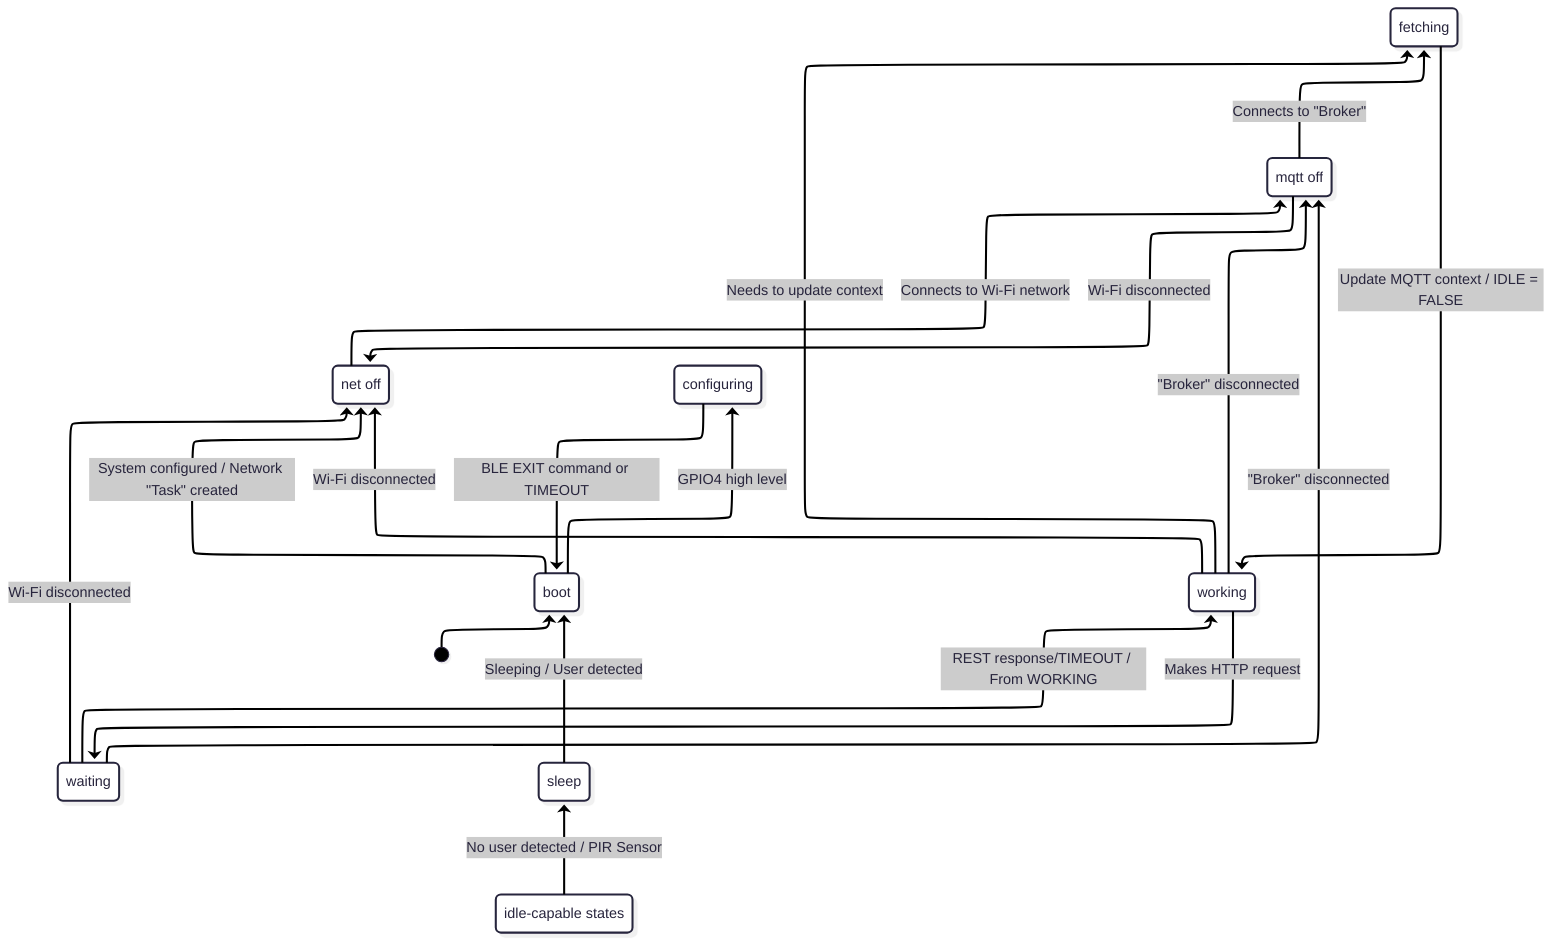
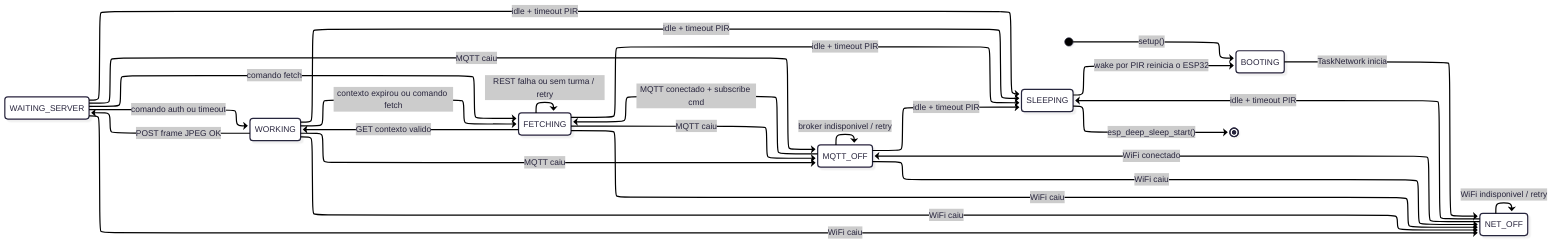
---
config:
  layout: elk
  theme: redux
  look: neo
---
- stateDiagram
-   direction BT
-   [*] --> boot
-   boot --> net_off:System configured / Network "Task" created
-   net_off --> mqtt_off:Connects to Wi-Fi network
-   mqtt_off --> net_off:Wi-Fi disconnected
-   mqtt_off --> fetching:Connects to "Broker"
-   fetching --> working:Update MQTT context / IDLE = FALSE
-   working --> fetching:Needs to update context
-   working --> waiting:Makes HTTP request
-   waiting --> working:REST response/TIMEOUT / From WORKING
-   sleep --> boot:Sleeping / User detected
-   boot --> configuring:GPIO4 high level
-   configuring --> boot:BLE EXIT command or TIMEOUT
-   working --> mqtt_off:"Broker" disconnected
-   waiting --> mqtt_off:"Broker" disconnected
-   working --> net_off:Wi-Fi disconnected
-   waiting --> net_off:Wi-Fi disconnected
-   ics --> sleep:No user detected / PIR Sensor
-   net_off:net off
-   mqtt_off:mqtt off
-   ics:idle-capable states+ stateDiagram-v2
+   direction LR
+ 
+   [*] --> BOOTING: setup()
+   BOOTING --> NET_OFF: TaskNetwork inicia
+ 
+   NET_OFF --> MQTT_OFF: WiFi conectado
+   NET_OFF --> NET_OFF: WiFi indisponivel / retry
+ 
+   MQTT_OFF --> FETCHING: MQTT conectado + subscribe cmd
+   MQTT_OFF --> NET_OFF: WiFi caiu
+   MQTT_OFF --> MQTT_OFF: broker indisponivel / retry
+ 
+   FETCHING --> WORKING: GET contexto valido
+   FETCHING --> FETCHING: REST falha ou sem turma / retry
+   FETCHING --> MQTT_OFF: MQTT caiu
+   FETCHING --> NET_OFF: WiFi caiu
+ 
+   WORKING --> WAITING_SERVER: POST frame JPEG OK
+   WORKING --> FETCHING: contexto expirou ou comando fetch
+   WORKING --> MQTT_OFF: MQTT caiu
+   WORKING --> NET_OFF: WiFi caiu
+ 
+   WAITING_SERVER --> WORKING: comando auth ou timeout
+   WAITING_SERVER --> FETCHING: comando fetch
+   WAITING_SERVER --> MQTT_OFF: MQTT caiu
+   WAITING_SERVER --> NET_OFF: WiFi caiu
+ 
+   NET_OFF --> SLEEPING: idle + timeout PIR
+   MQTT_OFF --> SLEEPING: idle + timeout PIR
+   FETCHING --> SLEEPING: idle + timeout PIR
+   WORKING --> SLEEPING: idle + timeout PIR
+   WAITING_SERVER --> SLEEPING: idle + timeout PIR
+ 
+   SLEEPING --> [*]: esp_deep_sleep_start()
+   SLEEPING --> BOOTING: wake por PIR reinicia o ESP32
